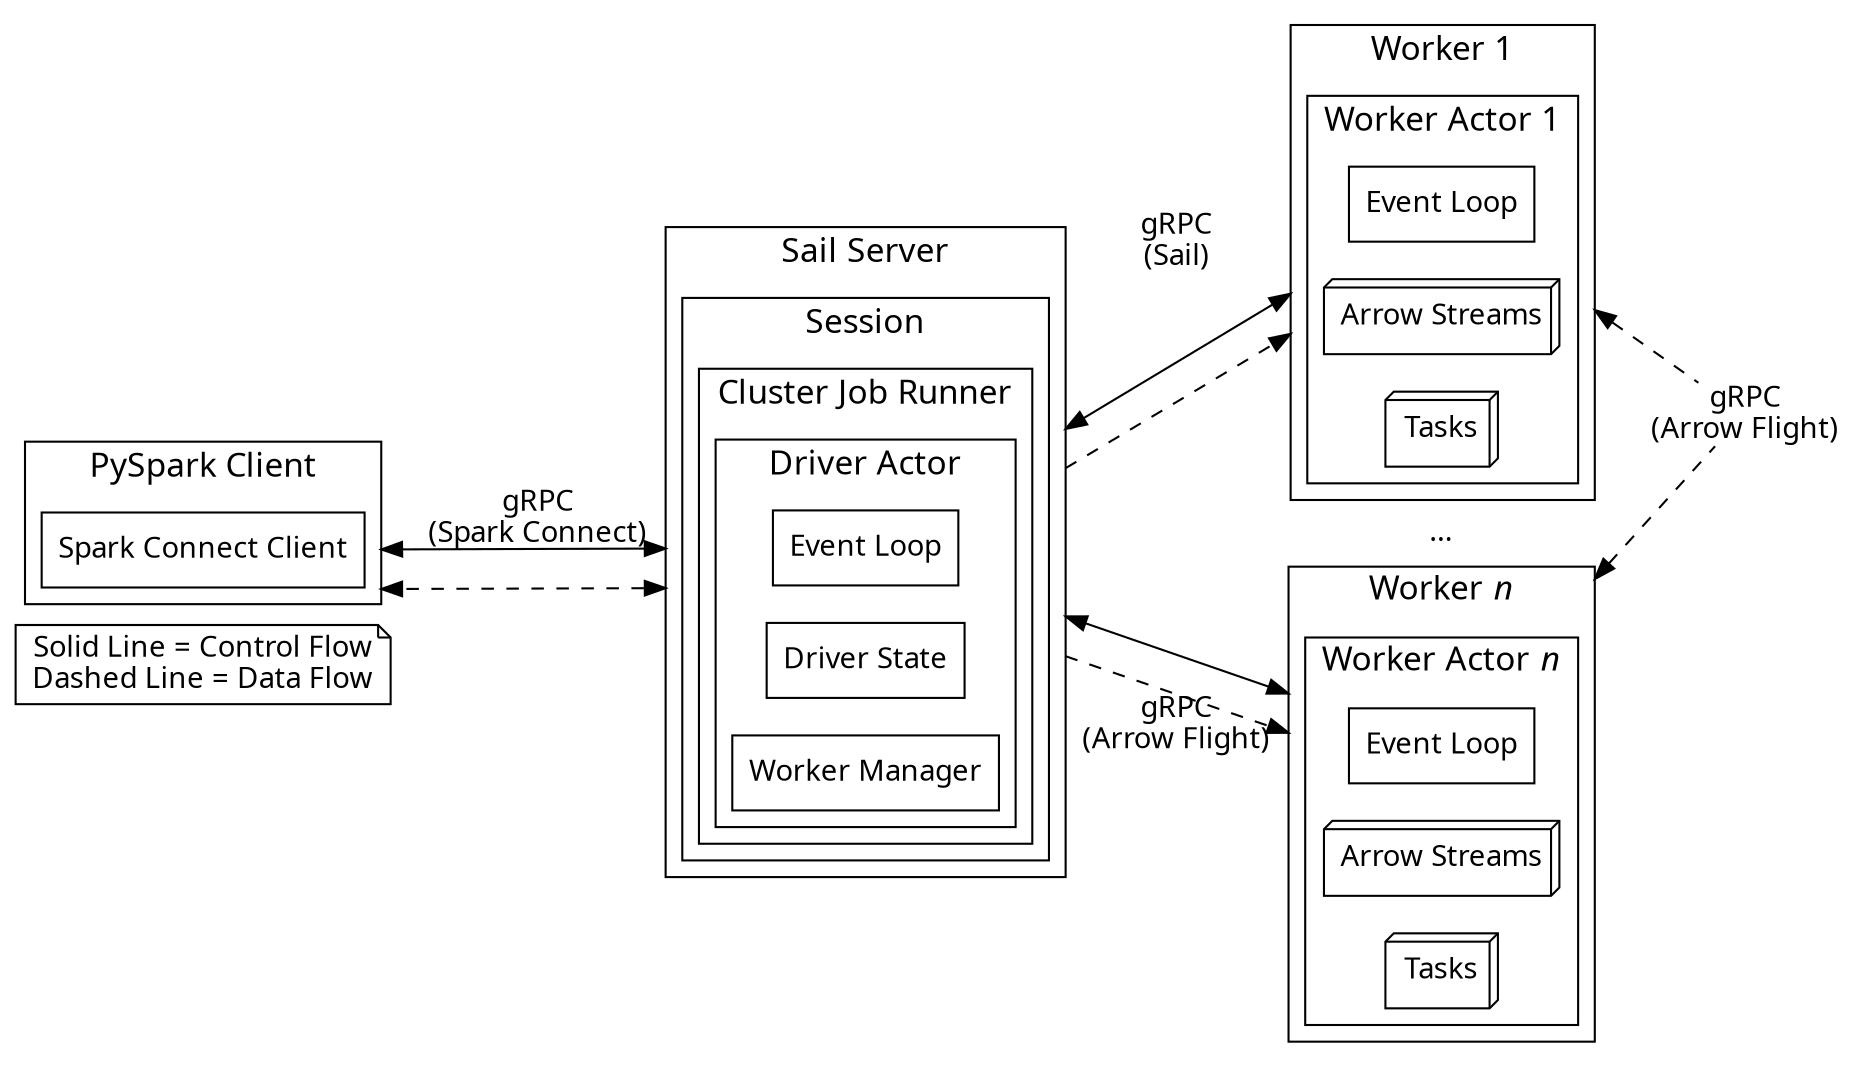
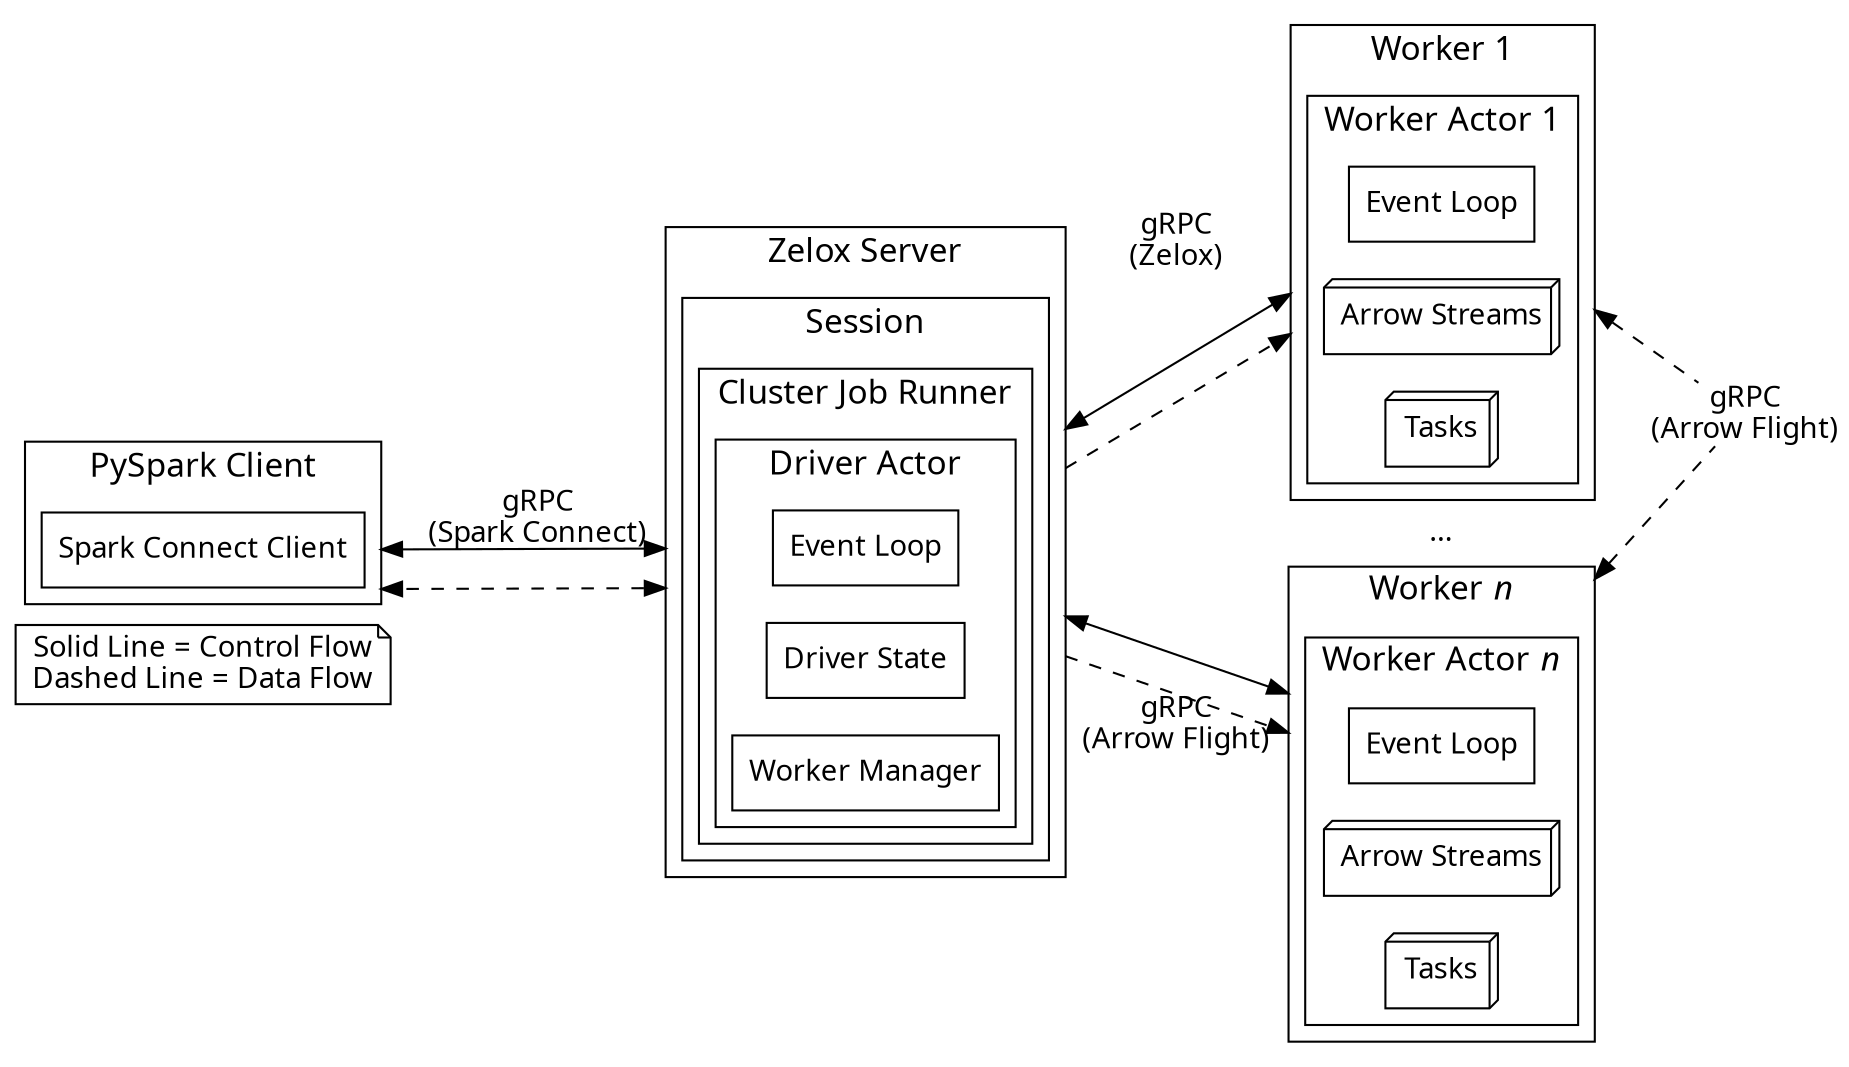
digraph architecture {
  rankdir=LR;
  node [shape=box, fontname="Sans-Serif"];
  edge [fontname="Sans-Serif"];
  compound=true;
  fontname="Sans-Serif";
  fontnames="svg";
  fontsize=16;
  splines="line";

  legend [shape=note, label="Solid Line = Control Flow\nDashed Line = Data Flow"];

  subgraph pyspark_client {
    label="PySpark Client";
    cluster=true;
    spark_connect_client [label="Spark Connect Client"];
  }

  subgraph server {
-     label="Sail Server";
+     label="Zelox Server";
    cluster=true;
    subgraph session {
      label="Session";
      subgraph job_runner {
        cluster=true;
        label="Cluster Job Runner";
        subgraph driver_actor {
          label="Driver Actor";
          driver_event_loop [label="Event Loop"];
          driver_state [label="Driver State"];
          worker_manager [label="Worker Manager"];
        }
      }
    }
  }

  subgraph worker_1 {
    label="Worker 1";
    cluster=true;
    subgraph worker_actor_1 {
      label="Worker Actor 1";
      cluster=true;
      rank=same;
      worker_event_loop_1 [label="Event Loop"];
      streams_1 [label="Arrow Streams", shape=box3d];
      tasks_1 [label="Tasks", shape=box3d];
    }
  }

  ellipsis [label="...", style=none, shape=plain];

  subgraph worker_n {
    label=<Worker <I>n</I>>;
    cluster=true;
    subgraph worker_actor_n {
      label=<Worker Actor <I>n</I>>;
      cluster=true;
      rank=same;
      worker_event_loop_n [label="Event Loop"];
      streams_n [label="Arrow Streams", shape=box3d];
      tasks_n [label="Tasks", shape=box3d];
    }
  }

  worker_arrow_flight [label="gRPC\n(Arrow Flight)", shape=plain, style=none];

  spark_connect_client -> driver_event_loop [label="gRPC\n(Spark Connect)", dir=both, ltail="pyspark_client", lhead="server"];
  driver_event_loop:s -> spark_connect_client:s [style=dashed, dir=both, ltail="server", lhead="pyspark_client"];

-   driver_event_loop -> worker_event_loop_1 [dir=both, ltail="server", lhead="worker_1", label="gRPC\n(Sail)"];
+   driver_event_loop -> worker_event_loop_1 [dir=both, ltail="server", lhead="worker_1", label="gRPC\n(Zelox)"];
  driver_event_loop -> worker_event_loop_n [dir=both, ltail="server", lhead="worker_n"];
  driver_event_loop -> ellipsis [style=invis];

  driver_event_loop:s -> worker_event_loop_1:s [style=dashed, lhead="worker_1", ltail="server"];
  driver_event_loop:s -> worker_event_loop_n:s [style=dashed, lhead="worker_n", ltail="server", label="gRPC\n(Arrow Flight)"];

  worker_event_loop_1 -> worker_arrow_flight [dir=back, style=dashed, ltail="worker_1"];
  worker_event_loop_n -> worker_arrow_flight [dir=back, style=dashed, ltail="worker_n"];
}
